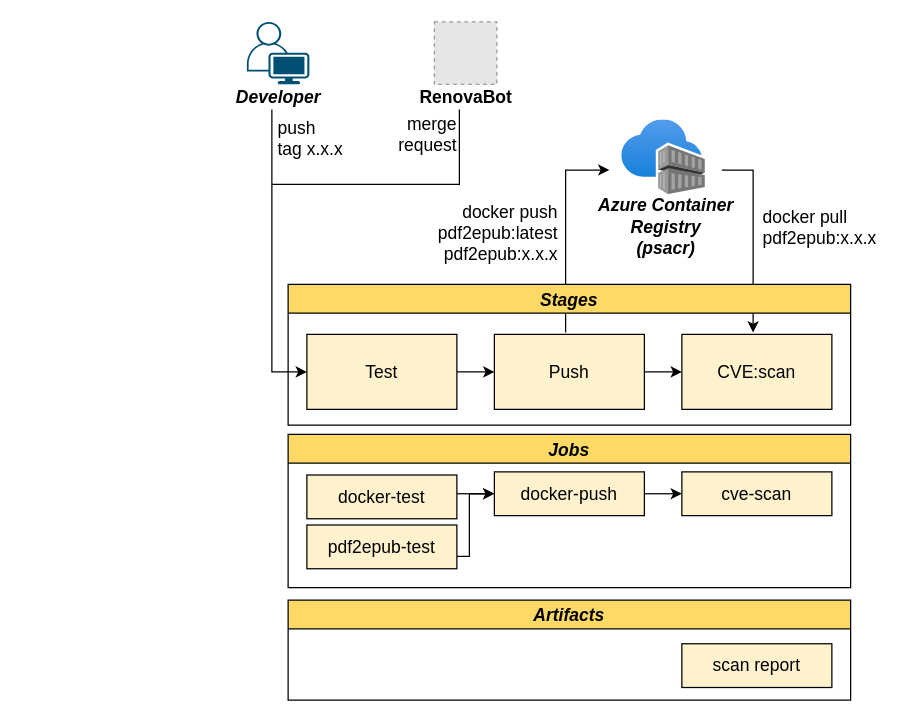
This is page "6-pdf2epub" (3 of 19) of tesi.drawio from paganellif/tesi-paganelli, a draw.io file, before an edit. Source tidied: cells renumbered, new cells numbered last; positions are measured from the earlier drawing's top-left corner, leaving out a move shared by most shapes. Both pictures are drawn from the tidied source at 125%, with x=0, y=0 at pixel (221, 21). Pictures stored in the file or linked from it are replaced by grey dashed boxes.
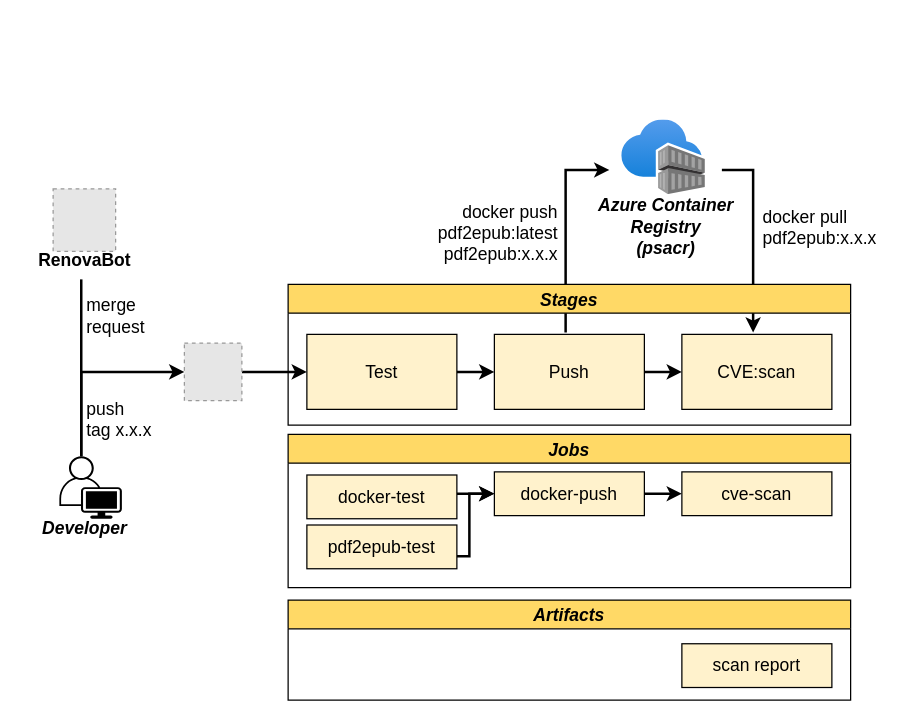
The same diagram, later.

The change refers to these unchanged cells:
```xml
<mxCell id="26" value="Stages" style="swimlane;strokeColor=#000000;fontSize=14;fillColor=#FFD966;fontStyle=3;startSize=23;" parent="1" vertex="1">
  <mxGeometry x="53" y="210" width="450" height="112.5" as="geometry" />
</mxCell>
<mxCell id="27" value="CVE:scan" style="rounded=0;whiteSpace=wrap;html=1;fontSize=14;strokeColor=#000000;fillColor=#fff2cc;" parent="26" vertex="1">
  <mxGeometry x="315" y="40" width="120" height="60" as="geometry" />
</mxCell>
<mxCell id="29" value="Push" style="rounded=0;whiteSpace=wrap;html=1;fontSize=14;strokeColor=#000000;fillColor=#FFF2CC;" parent="26" vertex="1">
  <mxGeometry x="165" y="40" width="120" height="60" as="geometry" />
</mxCell>
<mxCell id="31" value="Test" style="rounded=0;whiteSpace=wrap;html=1;fontSize=14;strokeColor=#000000;fillColor=#FFF2CC;" parent="26" vertex="1">
  <mxGeometry x="15" y="40" width="120" height="60" as="geometry" />
</mxCell>
```

The edit, as a diff of the source:
```diff
@@
-    <mxCell id="2" style="edgeStyle=orthogonalEdgeStyle;rounded=0;orthogonalLoop=1;jettySize=auto;html=1;fontSize=14;" parent="1" edge="1">
+    <mxCell id="2" style="edgeStyle=orthogonalEdgeStyle;rounded=0;orthogonalLoop=1;jettySize=auto;html=1;fontSize=14;strokeWidth=2;" parent="1" edge="1">
       <mxGeometry relative="1" as="geometry">
         <mxPoint x="275" y="248.5" as="sourcePoint" />
         <mxPoint x="310" y="118.5" as="targetPoint" />
         <Array as="points">
           <mxPoint x="275" y="118.5" />
         </Array>
       </mxGeometry>
     </mxCell>
-    <mxCell id="3" style="edgeStyle=orthogonalEdgeStyle;rounded=0;orthogonalLoop=1;jettySize=auto;html=1;fontSize=14;" parent="1" edge="1">
+    <mxCell id="3" style="edgeStyle=orthogonalEdgeStyle;rounded=0;orthogonalLoop=1;jettySize=auto;html=1;fontSize=14;strokeWidth=2;" parent="1" edge="1">
       <mxGeometry relative="1" as="geometry">
         <mxPoint x="400" y="118.5" as="sourcePoint" />
         <mxPoint x="425" y="248.5" as="targetPoint" />
         <Array as="points">
           <mxPoint x="425" y="118.5" />
         </Array>
       </mxGeometry>
     </mxCell>
-    <mxCell id="4" style="edgeStyle=orthogonalEdgeStyle;rounded=0;orthogonalLoop=1;jettySize=auto;html=1;strokeColor=#000000;fontSize=14;" parent="1" edge="1">
+    <mxCell id="4" style="edgeStyle=orthogonalEdgeStyle;rounded=0;orthogonalLoop=1;jettySize=auto;html=1;strokeColor=#000000;fontSize=14;strokeWidth=2;" parent="1" edge="1">
       <mxGeometry relative="1" as="geometry">
         <mxPoint x="188" y="427.5" as="sourcePoint" />
         <mxPoint x="218" y="377.5" as="targetPoint" />
         <Array as="points">
           <mxPoint x="198" y="427.5" />
           <mxPoint x="198" y="377.5" />
         </Array>
       </mxGeometry>
     </mxCell>
-    <mxCell id="5" style="edgeStyle=orthogonalEdgeStyle;rounded=0;orthogonalLoop=1;jettySize=auto;html=1;strokeColor=#000000;fontSize=14;" parent="1" edge="1">
+    <mxCell id="5" style="edgeStyle=orthogonalEdgeStyle;rounded=0;orthogonalLoop=1;jettySize=auto;html=1;strokeColor=#000000;fontSize=14;strokeWidth=2;" parent="1" edge="1">
       <mxGeometry relative="1" as="geometry">
         <mxPoint x="338" y="377.5" as="sourcePoint" />
         <mxPoint x="368" y="377.5" as="targetPoint" />
       </mxGeometry>
     </mxCell>
-    <mxCell id="6" style="edgeStyle=orthogonalEdgeStyle;rounded=0;orthogonalLoop=1;jettySize=auto;html=1;strokeColor=#000000;fontSize=14;" parent="1" edge="1">
+    <mxCell id="6" style="edgeStyle=orthogonalEdgeStyle;rounded=0;orthogonalLoop=1;jettySize=auto;html=1;strokeColor=#000000;fontSize=14;strokeWidth=2;" parent="1" edge="1">
       <mxGeometry relative="1" as="geometry">
         <mxPoint x="188" y="377.5" as="sourcePoint" />
         <mxPoint x="218" y="377.5" as="targetPoint" />
       </mxGeometry>
     </mxCell>
-    <mxCell id="7" style="edgeStyle=orthogonalEdgeStyle;rounded=0;jettySize=auto;html=1;fontSize=14;entryX=0;entryY=0.5;entryDx=0;entryDy=0;" parent="1" edge="1" target="31">
+    <mxCell id="7" style="edgeStyle=orthogonalEdgeStyle;rounded=0;jettySize=auto;html=1;fontSize=14;exitX=0.35;exitY=0;exitDx=0;exitDy=0;exitPerimeter=0;entryX=0;entryY=0.5;entryDx=0;entryDy=0;strokeWidth=2;" parent="1" edge="1" source="8" target="33">
       <mxGeometry relative="1" as="geometry">
-        <mxPoint x="40" y="70" as="sourcePoint" />
         <Array as="points">
-          <mxPoint x="40" y="280" />
+          <mxPoint x="-112" y="280.5" />
         </Array>
       </mxGeometry>
     </mxCell>
-    <mxCell id="8" style="points=[[0.35,0,0],[0.98,0.51,0],[1,0.71,0],[0.67,1,0],[0,0.795,0],[0,0.65,0]];verticalLabelPosition=bottom;sketch=0;html=1;verticalAlign=top;align=center;shape=mxgraph.cisco19.user;fillColor=#005073;strokeColor=none;dashed=1;fontSize=14;" parent="1" vertex="1">
-      <mxGeometry x="20" width="50" height="50" as="geometry" />
+    <mxCell id="8" style="points=[[0.35,0,0],[0.98,0.51,0],[1,0.71,0],[0.67,1,0],[0,0.795,0],[0,0.65,0]];verticalLabelPosition=bottom;sketch=0;html=1;verticalAlign=top;align=center;shape=mxgraph.cisco19.user;fillColor=#000000;strokeColor=none;dashed=1;fontSize=14;" parent="1" vertex="1">
+      <mxGeometry x="-130" y="347.5" width="50" height="50" as="geometry" />
     </mxCell>
     <mxCell id="9" value="&lt;br style=&quot;font-size: 14px;&quot;&gt;push &lt;br style=&quot;font-size: 14px;&quot;&gt;tag x.x.x" style="text;html=1;align=left;verticalAlign=middle;strokeColor=none;fillColor=none;fontSize=14;" parent="1" vertex="1">
-      <mxGeometry x="43" y="55" width="80" height="60" as="geometry" />
+      <mxGeometry x="-110" y="280" width="80" height="60" as="geometry" />
     </mxCell>
@@
     <mxCell id="11" value="&lt;b style=&quot;font-size: 14px;&quot;&gt;&lt;i style=&quot;font-size: 14px;&quot;&gt;Developer&lt;/i&gt;&lt;/b&gt;" style="text;html=1;align=center;verticalAlign=middle;strokeColor=none;fillColor=none;fontSize=14;" parent="1" vertex="1">
-      <mxGeometry y="45" width="90" height="30" as="geometry" />
+      <mxGeometry x="-155" y="390" width="90" height="30" as="geometry" />
     </mxCell>
@@
     <mxCell id="15" style="fillColor=#E6E6E6;strokeColor=#999999;dashed=1;verticalLabelPosition=bottom;labelBackgroundColor=default;verticalAlign=top;fontSize=14;" parent="1" vertex="1">
-      <mxGeometry x="170" width="50" height="50" as="geometry" />
+      <mxGeometry x="-135" y="133.5" width="50" height="50" as="geometry" />
     </mxCell>
     <mxCell id="16" value="&lt;b style=&quot;font-size: 14px;&quot;&gt;RenovaBot&lt;/b&gt;" style="text;html=1;align=center;verticalAlign=middle;points=[];strokeColor=none;fillColor=none;fontSize=14;" parent="1" vertex="1">
-      <mxGeometry x="145" y="45" width="100" height="30" as="geometry" />
+      <mxGeometry x="-160" y="176" width="100" height="30" as="geometry" />
     </mxCell>
-    <mxCell id="17" style="edgeStyle=orthogonalEdgeStyle;rounded=0;orthogonalLoop=1;jettySize=auto;html=1;endArrow=none;endFill=0;fontSize=14;" parent="1" edge="1">
+    <mxCell id="17" style="edgeStyle=orthogonalEdgeStyle;rounded=0;jettySize=auto;html=1;endArrow=none;endFill=0;fontSize=14;exitX=0.35;exitY=0;exitDx=0;exitDy=0;exitPerimeter=0;strokeWidth=2;" parent="1" edge="1" source="8" target="16">
       <mxGeometry relative="1" as="geometry">
-        <mxPoint x="190" y="70" as="sourcePoint" />
-        <mxPoint x="40" y="130" as="targetPoint" />
         <Array as="points">
-          <mxPoint x="190" y="70" />
-          <mxPoint x="190" y="130" />
+          <mxPoint x="-113" y="200" />
+          <mxPoint x="-113" y="200" />
         </Array>
       </mxGeometry>
     </mxCell>
-    <mxCell id="18" value="&amp;nbsp; merge&lt;br style=&quot;font-size: 14px;&quot;&gt;&lt;div style=&quot;text-align: right; font-size: 14px;&quot;&gt;&lt;span style=&quot;background-color: initial; font-size: 14px;&quot;&gt;request&lt;/span&gt;&lt;/div&gt;" style="text;html=1;align=center;verticalAlign=middle;strokeColor=none;fillColor=none;fontSize=14;" parent="1" vertex="1">
-      <mxGeometry x="129" y="65" width="70" height="50" as="geometry" />
+    <mxCell id="18" value="merge&lt;br style=&quot;font-size: 14px;&quot;&gt;&lt;div style=&quot;font-size: 14px;&quot;&gt;&lt;span style=&quot;background-color: initial; font-size: 14px;&quot;&gt;request&lt;/span&gt;&lt;/div&gt;" style="text;html=1;align=left;verticalAlign=middle;strokeColor=none;fillColor=none;fontSize=14;" parent="1" vertex="1">
+      <mxGeometry x="-110" y="210" width="70" height="50" as="geometry" />
     </mxCell>
@@
-    <mxCell id="28" style="edgeStyle=orthogonalEdgeStyle;rounded=0;jettySize=auto;html=1;fontSize=14;" parent="26" edge="1" source="29" target="27">
+    <mxCell id="28" style="edgeStyle=orthogonalEdgeStyle;rounded=0;jettySize=auto;html=1;fontSize=14;strokeWidth=2;" parent="26" edge="1" source="29" target="27">
       <mxGeometry relative="1" as="geometry" />
     </mxCell>
@@
-    <mxCell id="30" style="edgeStyle=orthogonalEdgeStyle;rounded=0;jettySize=auto;html=1;fontSize=14;" parent="26" edge="1" source="31" target="29">
+    <mxCell id="30" style="edgeStyle=orthogonalEdgeStyle;rounded=0;jettySize=auto;html=1;fontSize=14;strokeWidth=2;" parent="26" edge="1" source="31" target="29">
       <mxGeometry relative="1" as="geometry" />
     </mxCell>
@@
+    <mxCell id="32" style="edgeStyle=orthogonalEdgeStyle;rounded=0;jettySize=auto;html=1;fontSize=14;strokeWidth=2;" parent="1" edge="1" source="33" target="31">
+      <mxGeometry relative="1" as="geometry" />
+    </mxCell>
+    <mxCell id="33" style="fillColor=#E6E6E6;strokeColor=#999999;dashed=1;verticalLabelPosition=bottom;labelBackgroundColor=default;verticalAlign=top;fontSize=14;" parent="1" vertex="1">
+      <mxGeometry x="-30" y="257" width="46" height="46" as="geometry" />
+    </mxCell>
```
